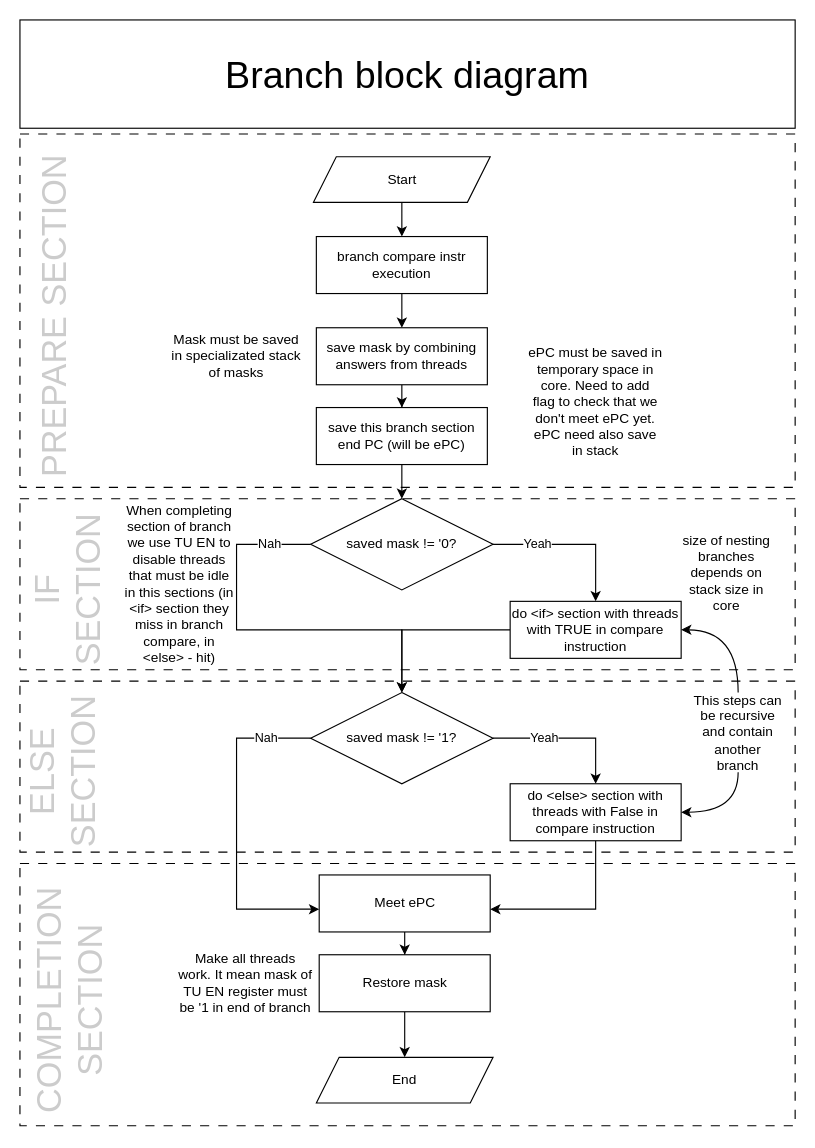
Earlier version of the draw.io diagram docs/starukhin_dissertation/images/svg/branch_divergence.drawio (HaMeNopeDiot/hardware_gpu). Source tidied: cells renumbered, new cells numbered last; positions are measured from the earlier drawing's top-left corner, leaving out a move shared by most shapes. Both pictures are drawn from the tidied source at 114%, with x=0, y=0 at pixel (-117, 19).
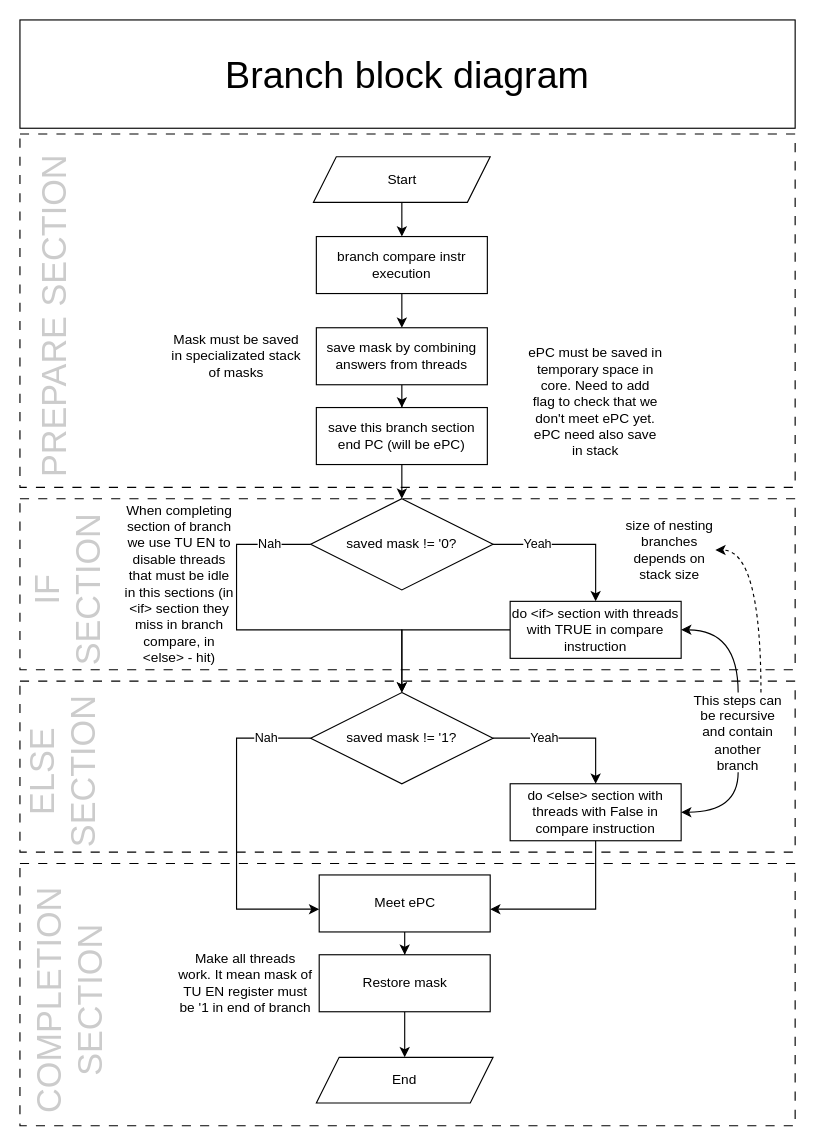
After the change.

Unchanged cells that the change refers to:
```xml
<mxCell id="39" value="This steps can be recursive and contain another branch" style="text;html=1;whiteSpace=wrap;strokeColor=none;fillColor=none;align=center;verticalAlign=middle;rounded=0;" parent="1" vertex="1">
  <mxGeometry x="710" y="590" width="80" height="70" as="geometry" />
</mxCell>
```

Change to the diagram source:
```diff
@@
+    <mxCell id="42" style="edgeStyle=orthogonalEdgeStyle;rounded=0;jettySize=auto;html=1;entryX=1;entryY=0.5;entryDx=0;entryDy=0;curved=1;exitX=0.75;exitY=0;exitDx=0;exitDy=0;dashed=1;" parent="1" edge="1" source="39" target="41">
+      <mxGeometry relative="1" as="geometry" />
+    </mxCell>
@@
-    <mxCell id="41" value="size of nesting branches depends on stack size in core" style="text;html=1;whiteSpace=wrap;strokeColor=none;fillColor=none;align=center;verticalAlign=middle;rounded=0;" parent="1" vertex="1">
-      <mxGeometry x="700" y="450" width="80" height="70" as="geometry" />
+    <mxCell id="41" value="size of nesting branches depends on stack size" style="text;html=1;whiteSpace=wrap;strokeColor=none;fillColor=none;align=center;verticalAlign=middle;rounded=0;" parent="1" vertex="1">
+      <mxGeometry x="650" y="430" width="80" height="70" as="geometry" />
     </mxCell>
```
